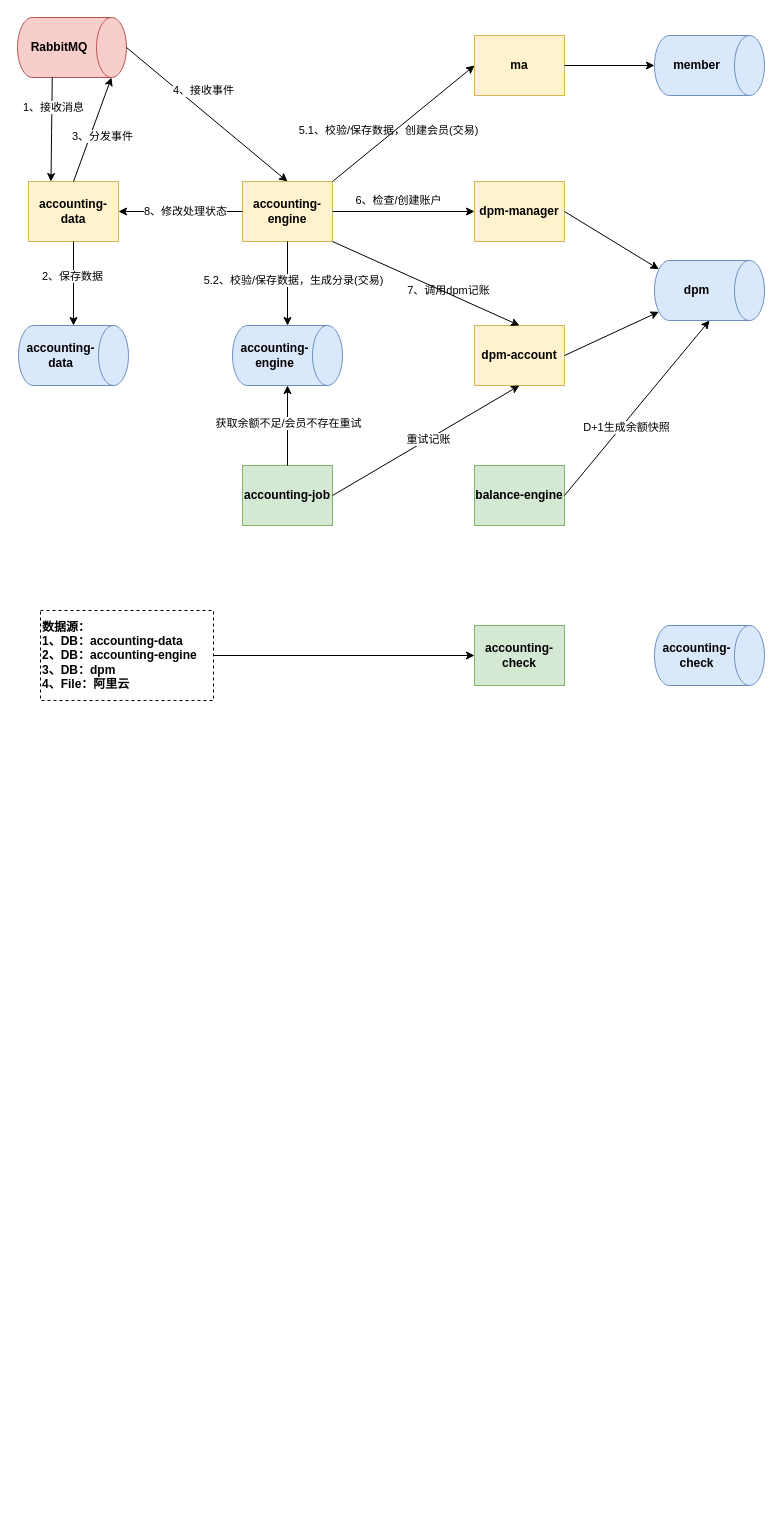
This is gat.drawio from zzfox/pinpoint-issue, a draw.io file, before an edit. Source tidied: cells renumbered, new cells numbered last; positions are measured from the earlier drawing's top-left corner, leaving out a move shared by most shapes. Both pictures are drawn from the tidied source at 100%, with x=0, y=0 at pixel (17, 17).
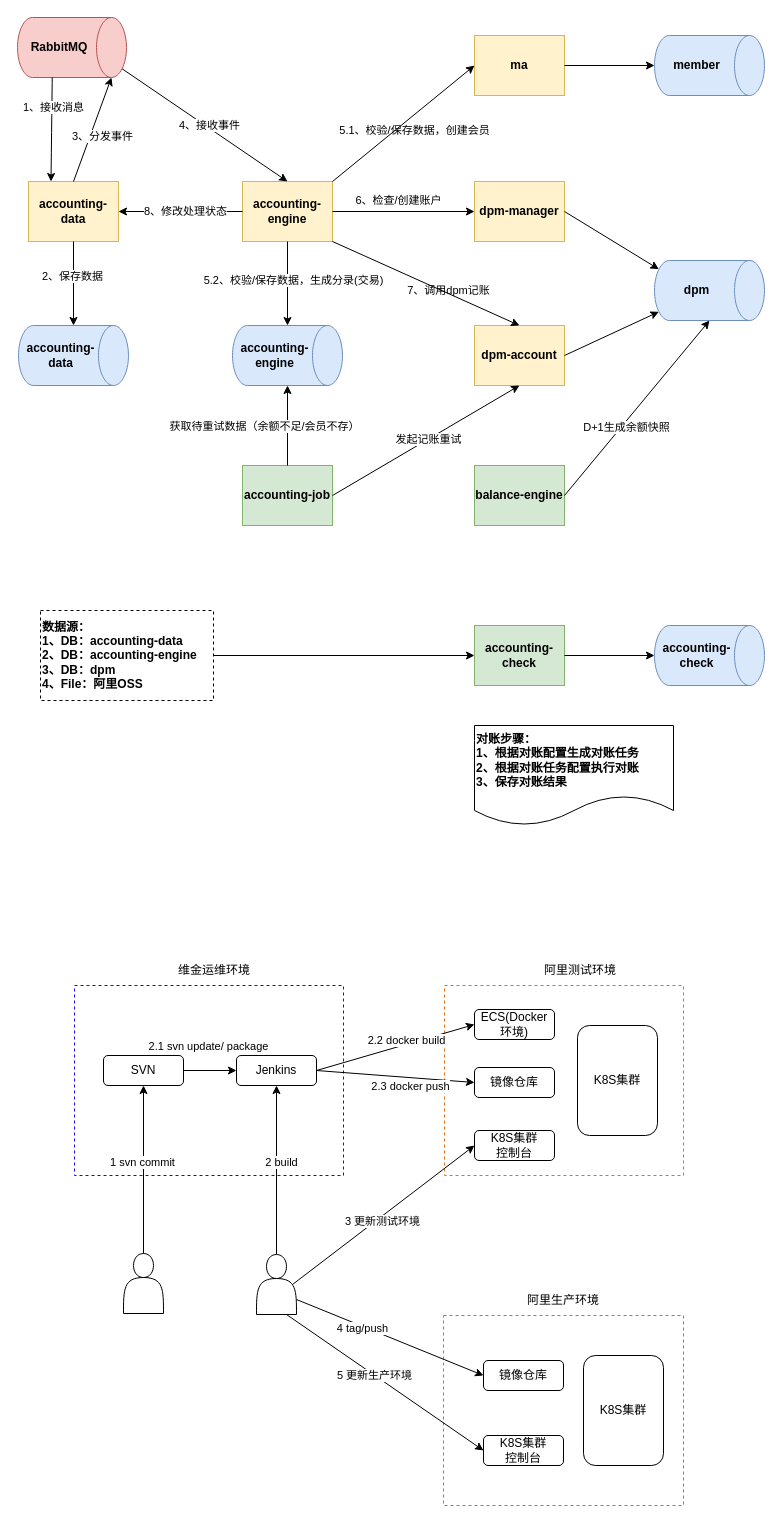
After the change.

Unchanged cells that the change refers to:
```xml
<mxCell id="3" value="accounting-engine" style="whiteSpace=wrap;align=center;verticalAlign=middle;fontStyle=1;strokeWidth=1;fillColor=#fff2cc;rounded=0;glass=0;shadow=0;fontFamily=Helvetica;labelBackgroundColor=none;labelBorderColor=none;strokeColor=#d6b656;" parent="1" vertex="1">
  <mxGeometry x="225" y="164" width="90" height="60" as="geometry" />
</mxCell>
<mxCell id="7" value="accounting-check" style="whiteSpace=wrap;align=center;verticalAlign=middle;fontStyle=1;strokeWidth=1;fillColor=#d5e8d4;rounded=0;strokeColor=#82b366;glass=0;shadow=0;fontFamily=Helvetica;labelBackgroundColor=none;labelBorderColor=none;" parent="1" vertex="1">
  <mxGeometry x="457" y="608" width="90" height="60" as="geometry" />
</mxCell>
<mxCell id="10" value="&lt;b&gt;RabbitMQ&lt;/b&gt;" style="shape=cylinder3;whiteSpace=wrap;html=1;boundedLbl=1;backgroundOutline=1;size=15;direction=north;flipH=1;fillColor=#f8cecc;strokeColor=#b85450;" parent="1" vertex="1">
  <mxGeometry width="109" height="60" as="geometry" />
</mxCell>
<mxCell id="21" style="endArrow=classic;html=1;rounded=0;exitX=0.5;exitY=1;exitDx=0;exitDy=0;entryX=1;entryY=0.5;entryDx=0;entryDy=0;entryPerimeter=0;" parent="1" edge="1" source="3" target="20">
  <mxGeometry relative="1" as="geometry" />
</mxCell>
<mxCell id="34" value="&lt;b&gt;accounting-check&lt;/b&gt;" style="shape=cylinder3;whiteSpace=wrap;html=1;boundedLbl=1;backgroundOutline=1;size=15;direction=north;flipH=1;fillColor=#dae8fc;strokeColor=#6c8ebf;" parent="1" vertex="1">
  <mxGeometry x="637" y="608" width="110" height="60" as="geometry" />
</mxCell>
<mxCell id="37" style="endArrow=classic;html=1;rounded=0;exitX=0.5;exitY=0;exitDx=0;exitDy=0;entryX=0;entryY=0.5;entryDx=0;entryDy=0;entryPerimeter=0;" parent="1" edge="1" source="9" target="20">
  <mxGeometry relative="1" as="geometry" />
</mxCell>
<mxCell id="39" style="endArrow=classic;html=1;rounded=0;exitX=1;exitY=0.5;exitDx=0;exitDy=0;entryX=0.5;entryY=1;entryDx=0;entryDy=0;" parent="1" edge="1" source="9" target="5">
  <mxGeometry relative="1" as="geometry" />
</mxCell>
```

Diff of the diagram source:
```diff
@@
-    <mxCell id="18" style="endArrow=classic;html=1;rounded=0;exitX=0.5;exitY=0;exitDx=0;exitDy=0;exitPerimeter=0;entryX=0.5;entryY=0;entryDx=0;entryDy=0;" parent="1" edge="1" source="10" target="3">
+    <mxCell id="18" style="endArrow=classic;html=1;rounded=0;exitX=0.145;exitY=0;exitDx=0;exitDy=4.35;exitPerimeter=0;entryX=0.5;entryY=0;entryDx=0;entryDy=0;" parent="1" edge="1" source="10" target="3">
       <mxGeometry relative="1" as="geometry" />
     </mxCell>
     <mxCell id="19" value="4、接收事件" style="edgeLabel;html=1;align=center;verticalAlign=middle;" parent="18" vertex="1">
       <mxGeometry x="-0.05" relative="1" as="geometry">
-        <mxPoint y="-21" as="offset" />
+        <mxPoint x="8" y="3" as="offset" />
       </mxGeometry>
     </mxCell>
@@
-    <mxCell id="24" value="5.1、校验/保存数据，创建会员(交易)" style="edgeLabel;html=1;align=center;verticalAlign=middle;" parent="21" vertex="1">
+    <mxCell id="24" value="5.1、校验/保存数据，创建会员" style="edgeLabel;html=1;align=center;verticalAlign=middle;" parent="21" vertex="1">
       <mxGeometry x="-0.28" y="-4" relative="1" as="geometry">
-        <mxPoint x="104" y="-142" as="offset" />
+        <mxPoint x="130" y="-142" as="offset" />
       </mxGeometry>
     </mxCell>
@@
-    <mxCell id="38" value="获取余额不足/会员不存在重试" style="edgeLabel;html=1;align=center;verticalAlign=middle;" parent="37" vertex="1">
-      <mxGeometry x="0.07" relative="1" as="geometry" />
+    <mxCell id="38" value="获取待重试数据（余额不足/会员不存）" style="edgeLabel;html=1;align=center;verticalAlign=middle;" parent="37" vertex="1">
+      <mxGeometry x="0.07" relative="1" as="geometry">
+        <mxPoint x="-24" y="3" as="offset" />
+      </mxGeometry>
     </mxCell>
@@
-    <mxCell id="40" value="重试记账" style="edgeLabel;html=1;align=center;verticalAlign=middle;" parent="39" vertex="1">
+    <mxCell id="40" value="发起记账重试" style="edgeLabel;html=1;align=center;verticalAlign=middle;" parent="39" vertex="1">
       <mxGeometry x="0.02" relative="1" as="geometry" />
     </mxCell>
@@
-    <mxCell id="43" value="数据源：&#10;1、DB：accounting-data&#10;2、DB：accounting-engine&#10;3、DB：dpm&#10;4、File：阿里云" style="whiteSpace=wrap;align=left;verticalAlign=middle;fontStyle=1;strokeWidth=1;rounded=0;glass=0;shadow=0;fontFamily=Helvetica;labelBackgroundColor=none;labelBorderColor=none;dashed=1;" parent="1" vertex="1">
+    <mxCell id="43" value="数据源：&#10;1、DB：accounting-data&#10;2、DB：accounting-engine&#10;3、DB：dpm&#10;4、File：阿里OSS" style="whiteSpace=wrap;align=left;verticalAlign=middle;fontStyle=1;strokeWidth=1;rounded=0;glass=0;shadow=0;fontFamily=Helvetica;labelBackgroundColor=none;labelBorderColor=none;dashed=1;" parent="1" vertex="1">
       <mxGeometry x="23" y="593" width="173" height="90" as="geometry" />
     </mxCell>
@@
+    <mxCell id="45" style="endArrow=classic;html=1;rounded=0;entryX=0.5;entryY=1;entryDx=0;entryDy=0;entryPerimeter=0;exitX=1;exitY=0.5;exitDx=0;exitDy=0;" parent="1" edge="1" source="7" target="34">
+      <mxGeometry relative="1" as="geometry" />
+    </mxCell>
+    <mxCell id="46" value="&lt;b&gt;&lt;span style=&quot;background-color: initial;&quot;&gt;对账步骤：&lt;br&gt;1、根据对账配置生成对账任务&lt;/span&gt;&lt;br&gt;&lt;span style=&quot;background-color: initial;&quot;&gt;2、根据对账任务配置执行对账&lt;/span&gt;&lt;br&gt;&lt;span style=&quot;background-color: initial;&quot;&gt;3、保存对账结果&lt;/span&gt;&lt;/b&gt;" style="shape=document;whiteSpace=wrap;html=1;boundedLbl=1;align=left;" parent="1" vertex="1">
+      <mxGeometry x="457" y="708" width="199" height="100" as="geometry" />
+    </mxCell>
+    <mxCell id="47" style="rounded=0;whiteSpace=wrap;html=1;strokeColor=#e47011;dashed=1;" parent="1" vertex="1">
+      <mxGeometry x="427" y="968" width="239" height="190" as="geometry" />
+    </mxCell>
+    <mxCell id="48" style="rounded=0;whiteSpace=wrap;html=1;strokeColor=#180ae6;dashed=1;" parent="1" vertex="1">
+      <mxGeometry x="57" y="968" width="269" height="190" as="geometry" />
+    </mxCell>
+    <mxCell id="49" style="rounded=0;whiteSpace=wrap;html=1;strokeColor=#d36c17;dashed=1;" parent="1" vertex="1">
+      <mxGeometry x="426" y="1298" width="240" height="190" as="geometry" />
+    </mxCell>
+    <mxCell id="50" value="维金运维环境" style="text;html=1;strokeColor=none;fillColor=none;align=center;verticalAlign=middle;whiteSpace=wrap;rounded=0;" parent="1" vertex="1">
+      <mxGeometry x="157" y="938" width="80" height="30" as="geometry" />
+    </mxCell>
+    <mxCell id="51" value="阿里测试环境" style="text;html=1;strokeColor=none;fillColor=none;align=center;verticalAlign=middle;whiteSpace=wrap;rounded=0;" parent="1" vertex="1">
+      <mxGeometry x="518" y="938" width="90" height="30" as="geometry" />
+    </mxCell>
+    <mxCell id="52" value="阿里生产环境" style="text;html=1;strokeColor=none;fillColor=none;align=center;verticalAlign=middle;whiteSpace=wrap;rounded=0;" parent="1" vertex="1">
+      <mxGeometry x="501" y="1268" width="90" height="30" as="geometry" />
+    </mxCell>
+    <mxCell id="53" value="SVN" style="rounded=1;whiteSpace=wrap;html=1;" parent="1" vertex="1">
+      <mxGeometry x="86" y="1038" width="80" height="30" as="geometry" />
+    </mxCell>
+    <mxCell id="54" value="Jenkins" style="rounded=1;whiteSpace=wrap;html=1;" parent="1" vertex="1">
+      <mxGeometry x="219" y="1038" width="80" height="30" as="geometry" />
+    </mxCell>
+    <mxCell id="55" value="镜像仓库" style="rounded=1;whiteSpace=wrap;html=1;" parent="1" vertex="1">
+      <mxGeometry x="457" y="1050" width="80" height="30" as="geometry" />
+    </mxCell>
+    <mxCell id="56" value="K8S集群" style="rounded=1;whiteSpace=wrap;html=1;" parent="1" vertex="1">
+      <mxGeometry x="560" y="1008" width="80" height="110" as="geometry" />
+    </mxCell>
+    <mxCell id="57" value="ECS(Docker环境)" style="rounded=1;whiteSpace=wrap;html=1;" parent="1" vertex="1">
+      <mxGeometry x="457" y="992" width="80" height="30" as="geometry" />
+    </mxCell>
+    <mxCell id="58" value="镜像仓库" style="rounded=1;whiteSpace=wrap;html=1;" parent="1" vertex="1">
+      <mxGeometry x="466" y="1343" width="80" height="30" as="geometry" />
+    </mxCell>
+    <mxCell id="59" value="K8S集群" style="rounded=1;whiteSpace=wrap;html=1;" parent="1" vertex="1">
+      <mxGeometry x="566" y="1338" width="80" height="110" as="geometry" />
+    </mxCell>
+    <mxCell id="60" style="shape=actor;whiteSpace=wrap;html=1;" parent="1" vertex="1">
+      <mxGeometry x="106" y="1236" width="40" height="60" as="geometry" />
+    </mxCell>
+    <mxCell id="61" style="endArrow=classic;html=1;rounded=0;exitX=0.5;exitY=0;exitDx=0;exitDy=0;" parent="1" edge="1" source="60" target="53">
+      <mxGeometry relative="1" as="geometry" />
+    </mxCell>
+    <mxCell id="62" value="1 svn commit" style="edgeLabel;html=1;align=center;verticalAlign=middle;" parent="61" vertex="1">
+      <mxGeometry x="0.02" y="2" relative="1" as="geometry">
+        <mxPoint y="-6" as="offset" />
+      </mxGeometry>
+    </mxCell>
+    <mxCell id="63" value="K8S集群&lt;br&gt;控制台" style="rounded=1;whiteSpace=wrap;html=1;" parent="1" vertex="1">
+      <mxGeometry x="457" y="1113" width="80" height="30" as="geometry" />
+    </mxCell>
+    <mxCell id="64" value="K8S集群&lt;br&gt;控制台" style="rounded=1;whiteSpace=wrap;html=1;" parent="1" vertex="1">
+      <mxGeometry x="466" y="1418" width="80" height="30" as="geometry" />
+    </mxCell>
+    <mxCell id="65" style="endArrow=classic;html=1;rounded=0;entryX=0.5;entryY=1;entryDx=0;entryDy=0;exitX=0.5;exitY=0;exitDx=0;exitDy=0;" parent="1" edge="1" source="71" target="54">
+      <mxGeometry relative="1" as="geometry" />
+    </mxCell>
+    <mxCell id="66" value="2 build" style="edgeLabel;html=1;align=center;verticalAlign=middle;" parent="65" vertex="1">
+      <mxGeometry x="0.29" y="-5" relative="1" as="geometry">
+        <mxPoint x="-1" y="16" as="offset" />
+      </mxGeometry>
+    </mxCell>
+    <mxCell id="67" style="endArrow=classic;html=1;rounded=0;exitX=1;exitY=0.5;exitDx=0;exitDy=0;entryX=0;entryY=0.5;entryDx=0;entryDy=0;" parent="1" edge="1" source="54" target="57">
+      <mxGeometry relative="1" as="geometry" />
+    </mxCell>
+    <mxCell id="68" value="2.2 docker build" style="edgeLabel;html=1;align=center;verticalAlign=middle;" parent="67" vertex="1">
+      <mxGeometry x="-0.06" relative="1" as="geometry">
+        <mxPoint x="16" y="-9" as="offset" />
+      </mxGeometry>
+    </mxCell>
+    <mxCell id="69" style="endArrow=classic;html=1;rounded=0;exitX=1;exitY=0.5;exitDx=0;exitDy=0;entryX=0;entryY=0.5;entryDx=0;entryDy=0;" parent="1" edge="1" source="54" target="55">
+      <mxGeometry relative="1" as="geometry" />
+    </mxCell>
+    <mxCell id="70" value="2.3 docker push" style="edgeLabel;html=1;align=center;verticalAlign=middle;" parent="69" vertex="1">
+      <mxGeometry x="0.12" y="2" relative="1" as="geometry">
+        <mxPoint x="5" y="11" as="offset" />
+      </mxGeometry>
+    </mxCell>
+    <mxCell id="71" style="shape=actor;whiteSpace=wrap;html=1;" parent="1" vertex="1">
+      <mxGeometry x="239" y="1237" width="40" height="60" as="geometry" />
+    </mxCell>
+    <mxCell id="72" style="endArrow=classic;html=1;rounded=0;exitX=1;exitY=0.5;exitDx=0;exitDy=0;entryX=0;entryY=0.5;entryDx=0;entryDy=0;" parent="1" edge="1" source="53" target="54">
+      <mxGeometry relative="1" as="geometry" />
+    </mxCell>
+    <mxCell id="73" value="2.1 svn update/ package" style="edgeLabel;html=1;align=center;verticalAlign=middle;" parent="72" vertex="1">
+      <mxGeometry x="-0.09" y="-3" relative="1" as="geometry">
+        <mxPoint y="-28" as="offset" />
+      </mxGeometry>
+    </mxCell>
+    <mxCell id="74" style="endArrow=classic;html=1;rounded=0;exitX=0.9;exitY=0.5;exitDx=0;exitDy=0;exitPerimeter=0;entryX=0;entryY=0.5;entryDx=0;entryDy=0;" parent="1" edge="1" source="71" target="63">
+      <mxGeometry relative="1" as="geometry" />
+    </mxCell>
+    <mxCell id="75" value="3 更新测试环境" style="edgeLabel;html=1;align=center;verticalAlign=middle;" parent="74" vertex="1">
+      <mxGeometry x="-0.04" y="-4" relative="1" as="geometry" />
+    </mxCell>
+    <mxCell id="76" style="endArrow=classic;html=1;rounded=0;exitX=1;exitY=0.75;exitDx=0;exitDy=0;entryX=0;entryY=0.5;entryDx=0;entryDy=0;" parent="1" edge="1" source="71" target="58">
+      <mxGeometry relative="1" as="geometry" />
+    </mxCell>
+    <mxCell id="77" value="4 tag/push" style="edgeLabel;html=1;align=center;verticalAlign=middle;" parent="76" vertex="1">
+      <mxGeometry x="-0.29" y="-2" relative="1" as="geometry" />
+    </mxCell>
+    <mxCell id="78" style="endArrow=classic;html=1;rounded=0;exitX=0.75;exitY=1;exitDx=0;exitDy=0;entryX=0;entryY=0.5;entryDx=0;entryDy=0;" parent="1" edge="1" source="71" target="64">
+      <mxGeometry relative="1" as="geometry" />
+    </mxCell>
+    <mxCell id="79" value="5 更新生产环境" style="edgeLabel;html=1;align=center;verticalAlign=middle;" parent="78" vertex="1">
+      <mxGeometry x="-0.28" relative="1" as="geometry">
+        <mxPoint x="17" y="12" as="offset" />
+      </mxGeometry>
+    </mxCell>
```
